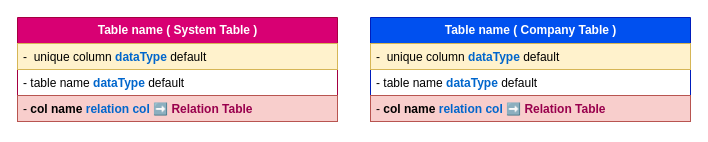
Earlier version of the draw.io diagram page "Assets" (1 of 2) of public/database-plan.drawio (ds-joe/laravel-multi-tenant). Source tidied: cells renumbered, new cells numbered last; positions are measured from the earlier drawing's top-left corner, leaving out a move shared by most shapes. Both pictures are drawn from the tidied source at 100%, with x=0, y=0 at pixel (17, 17).
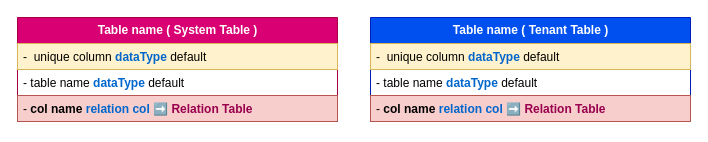
Above is the later version.

The edit, as a diff of the source:
```diff
@@
 <mxGraphModel>
   <root>
     <mxCell id="0" />
     <mxCell id="1" parent="0" />
     <mxCell id="2" value="Table name ( System Table )" style="swimlane;fontStyle=1;horizontal=1;startSize=26;fillColor=#d80073;html=1;fontSize=12;strokeColor=#A50040;fontColor=#ffffff;comic=0;noLabel=0;fixDash=0;fixedWidth=0;" parent="1" vertex="1">
       <mxGeometry width="320" height="104" as="geometry" />
     </mxCell>
     <mxCell id="3" value="-&amp;nbsp; unique column&amp;nbsp;&lt;b style=&quot;font-size: 12px;&quot;&gt;&lt;font color=&quot;#0066cc&quot; style=&quot;font-size: 12px;&quot;&gt;dataType&lt;/font&gt;&lt;/b&gt; default&amp;nbsp;" style="text;strokeColor=#d6b656;fillColor=#fff2cc;align=left;verticalAlign=top;spacingLeft=4;spacingRight=4;overflow=hidden;whiteSpace=wrap;html=1;fontSize=12;" parent="2" vertex="1">
       <mxGeometry y="26" width="320" height="26" as="geometry" />
     </mxCell>
     <mxCell id="4" value="- table name &lt;b style=&quot;font-size: 12px;&quot;&gt;&lt;font color=&quot;#0066cc&quot; style=&quot;font-size: 12px;&quot;&gt;dataType&lt;/font&gt;&lt;/b&gt; default&amp;nbsp;" style="text;strokeColor=none;fillColor=none;align=left;verticalAlign=top;spacingLeft=4;spacingRight=4;overflow=hidden;whiteSpace=wrap;html=1;fontSize=12;" parent="2" vertex="1">
       <mxGeometry y="52" width="320" height="26" as="geometry" />
     </mxCell>
     <mxCell id="5" value="- &lt;b style=&quot;font-size: 12px;&quot;&gt;col name&lt;/b&gt;&amp;nbsp;&lt;b style=&quot;font-size: 12px;&quot;&gt;&lt;font color=&quot;#0066cc&quot; style=&quot;font-size: 12px;&quot;&gt;relation col ➡️ &lt;/font&gt;&lt;font color=&quot;#99004d&quot; style=&quot;font-size: 12px;&quot;&gt;Relation Table&lt;/font&gt;&lt;/b&gt;" style="text;align=left;verticalAlign=top;spacingLeft=4;spacingRight=4;overflow=hidden;whiteSpace=wrap;html=1;fontSize=12;fillColor=#f8cecc;strokeColor=#b85450;" parent="2" vertex="1">
       <mxGeometry y="78" width="320" height="26" as="geometry" />
     </mxCell>
-    <mxCell id="6" value="Table name ( Company Table )" style="swimlane;fontStyle=1;horizontal=1;startSize=26;fillColor=#0050ef;html=1;fontSize=12;strokeColor=#001DBC;fontColor=#ffffff;" parent="1" vertex="1">
+    <mxCell id="6" value="Table name ( Tenant Table )" style="swimlane;fontStyle=1;horizontal=1;startSize=26;fillColor=#0050ef;html=1;fontSize=12;strokeColor=#001DBC;fontColor=#ffffff;" parent="1" vertex="1">
       <mxGeometry x="353" width="320" height="104" as="geometry" />
     </mxCell>
     <mxCell id="7" value="-&amp;nbsp; unique column&amp;nbsp;&lt;b style=&quot;font-size: 12px;&quot;&gt;&lt;font color=&quot;#0066cc&quot; style=&quot;font-size: 12px;&quot;&gt;dataType&lt;/font&gt;&lt;/b&gt; default&amp;nbsp;" style="text;strokeColor=#d6b656;fillColor=#fff2cc;align=left;verticalAlign=top;spacingLeft=4;spacingRight=4;overflow=hidden;whiteSpace=wrap;html=1;fontSize=12;" parent="6" vertex="1">
       <mxGeometry y="26" width="320" height="26" as="geometry" />
     </mxCell>
     <mxCell id="8" value="- table name &lt;b style=&quot;font-size: 12px;&quot;&gt;&lt;font color=&quot;#0066cc&quot; style=&quot;font-size: 12px;&quot;&gt;dataType&lt;/font&gt;&lt;/b&gt; default&amp;nbsp;" style="text;strokeColor=none;fillColor=none;align=left;verticalAlign=top;spacingLeft=4;spacingRight=4;overflow=hidden;whiteSpace=wrap;html=1;fontSize=12;" parent="6" vertex="1">
       <mxGeometry y="52" width="320" height="26" as="geometry" />
     </mxCell>
     <mxCell id="9" value="- &lt;b style=&quot;font-size: 12px;&quot;&gt;col name&lt;/b&gt;&amp;nbsp;&lt;b style=&quot;font-size: 12px;&quot;&gt;&lt;font color=&quot;#0066cc&quot; style=&quot;font-size: 12px;&quot;&gt;relation col ➡️ &lt;/font&gt;&lt;font color=&quot;#99004d&quot; style=&quot;font-size: 12px;&quot;&gt;Relation Table&lt;/font&gt;&lt;/b&gt;" style="text;align=left;verticalAlign=top;spacingLeft=4;spacingRight=4;overflow=hidden;whiteSpace=wrap;html=1;fontSize=12;fillColor=#f8cecc;strokeColor=#b85450;" parent="6" vertex="1">
       <mxGeometry y="78" width="320" height="26" as="geometry" />
     </mxCell>
   </root>
 </mxGraphModel>
```
